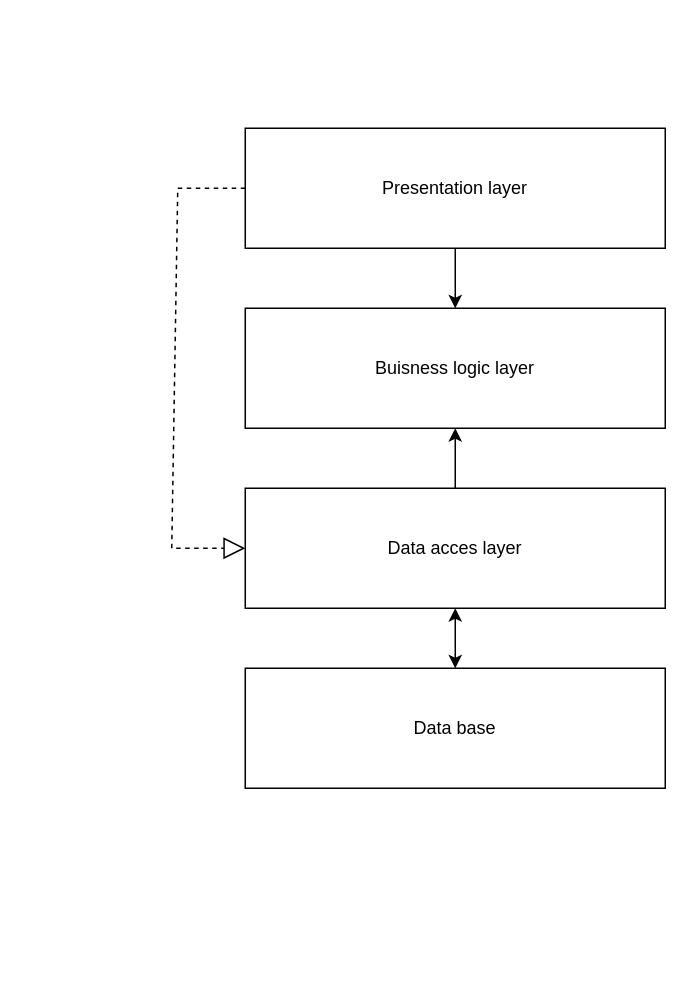
This is Meerlaagse architectuur.drawio from BartSchool/Semester-2, a draw.io file, before an edit. Source tidied: cells renumbered, new cells numbered last; positions are measured from the earlier drawing's top-left corner, leaving out a move shared by most shapes. Both pictures are drawn from the tidied source at 150%, with x=0, y=0 at pixel (171, 128).
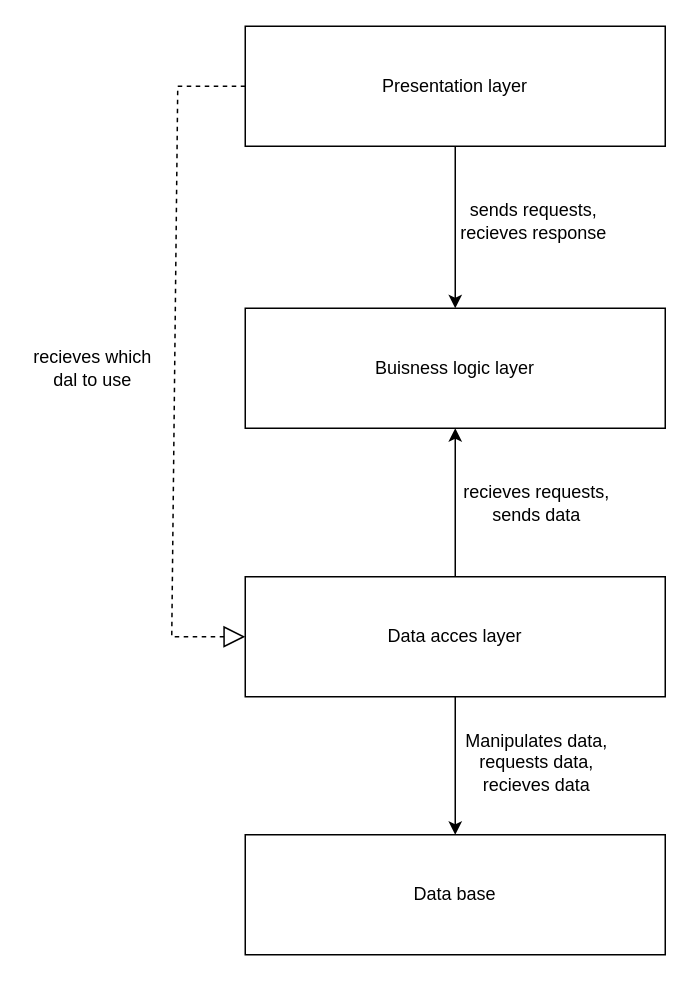
The same page after the edit.

Change to the diagram source:
```diff
@@
 <mxGraphModel>
   <root>
     <mxCell id="0" />
     <mxCell id="1" parent="0" />
     <mxCell id="2" value="Presentation layer" style="rounded=0;whiteSpace=wrap;html=1;" parent="1" vertex="1">
-      <mxGeometry x="49" width="280" height="80" as="geometry" />
+      <mxGeometry x="49" y="-68" width="280" height="80" as="geometry" />
     </mxCell>
     <mxCell id="3" value="Buisness logic layer" style="rounded=0;whiteSpace=wrap;html=1;" parent="1" vertex="1">
       <mxGeometry x="49" y="120" width="280" height="80" as="geometry" />
     </mxCell>
     <mxCell id="4" value="Data acces layer" style="rounded=0;whiteSpace=wrap;html=1;" parent="1" vertex="1">
-      <mxGeometry x="49" y="240" width="280" height="80" as="geometry" />
+      <mxGeometry x="49" y="299" width="280" height="80" as="geometry" />
     </mxCell>
     <mxCell id="5" value="Data base" style="rounded=0;whiteSpace=wrap;html=1;" parent="1" vertex="1">
-      <mxGeometry x="49" y="360" width="280" height="80" as="geometry" />
+      <mxGeometry x="49" y="471" width="280" height="80" as="geometry" />
     </mxCell>
-    <mxCell id="6" style="endArrow=classic;startArrow=classic;html=1;rounded=0;entryX=0.5;entryY=1;entryDx=0;entryDy=0;exitX=0.5;exitY=0;exitDx=0;exitDy=0;" parent="1" edge="1" source="5" target="4">
-      <mxGeometry relative="1" as="geometry" />
-    </mxCell>
     <mxCell id="7" style="endArrow=classic;html=1;rounded=0;exitX=0.5;exitY=1;exitDx=0;exitDy=0;entryX=0.5;entryY=0;entryDx=0;entryDy=0;" parent="1" edge="1" source="2" target="3">
       <mxGeometry relative="1" as="geometry" />
     </mxCell>
     <mxCell id="8" style="endArrow=classic;html=1;rounded=0;exitX=0.5;exitY=0;exitDx=0;exitDy=0;entryX=0.5;entryY=1;entryDx=0;entryDy=0;" parent="1" edge="1" source="4" target="3">
       <mxGeometry relative="1" as="geometry" />
     </mxCell>
     <mxCell id="9" style="endArrow=block;dashed=1;endFill=0;endSize=12;html=1;rounded=0;entryX=0;entryY=0.5;entryDx=0;entryDy=0;exitX=0;exitY=0.5;exitDx=0;exitDy=0;" parent="1" edge="1" source="2" target="4">
       <mxGeometry relative="1" as="geometry">
         <Array as="points">
-          <mxPoint x="4" y="40" />
-          <mxPoint y="280" />
+          <mxPoint x="4" y="-28" />
+          <mxPoint y="339" />
         </Array>
       </mxGeometry>
     </mxCell>
+    <mxCell id="10" value="sends requests, recieves response" style="text;html=1;strokeColor=none;fillColor=none;align=center;verticalAlign=middle;whiteSpace=wrap;rounded=0;" parent="1" vertex="1">
+      <mxGeometry x="189" y="47" width="105" height="30" as="geometry" />
+    </mxCell>
+    <mxCell id="11" value="Manipulates data, requests data,&lt;br&gt;recieves data" style="text;html=1;strokeColor=none;fillColor=none;align=center;verticalAlign=middle;whiteSpace=wrap;rounded=0;" parent="1" vertex="1">
+      <mxGeometry x="191" y="397" width="105" height="51" as="geometry" />
+    </mxCell>
+    <mxCell id="12" style="endArrow=classic;html=1;rounded=0;exitX=0.5;exitY=1;exitDx=0;exitDy=0;entryX=0.5;entryY=0;entryDx=0;entryDy=0;" parent="1" edge="1" source="4" target="5">
+      <mxGeometry relative="1" as="geometry" />
+    </mxCell>
+    <mxCell id="13" value="recieves requests,&lt;br&gt;sends data" style="text;html=1;strokeColor=none;fillColor=none;align=center;verticalAlign=middle;whiteSpace=wrap;rounded=0;" parent="1" vertex="1">
+      <mxGeometry x="191" y="224" width="105" height="51" as="geometry" />
+    </mxCell>
+    <mxCell id="14" value="recieves which dal to use" style="text;html=1;strokeColor=none;fillColor=none;align=center;verticalAlign=middle;whiteSpace=wrap;rounded=0;" parent="1" vertex="1">
+      <mxGeometry x="-97" y="134.5" width="89" height="51" as="geometry" />
+    </mxCell>
   </root>
 </mxGraphModel>
```
